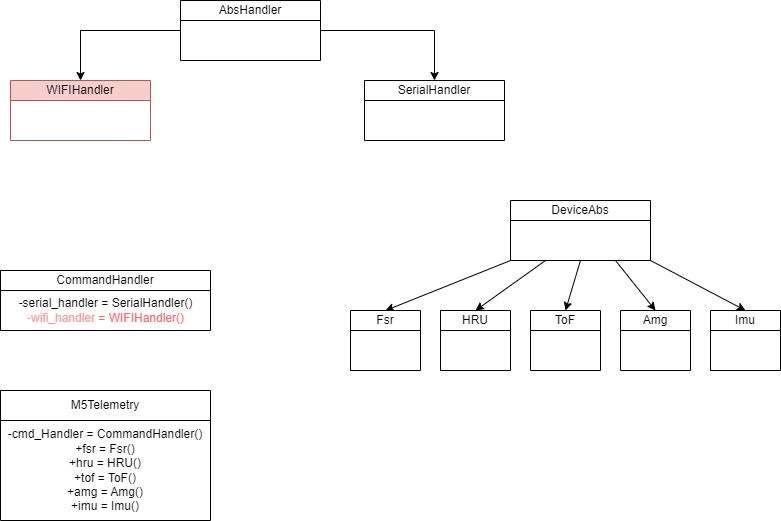
The draw.io diagram ProjectDocuments/PythonFlowChart.drawio.png in YonatanAmir1996/M5StackTelemetry, before a commit. Source tidied: cells renumbered, new cells last; positions are measured from the earlier drawing's top-left corner, leaving out a move shared by most shapes. Source of this version:
```xml
<mxGraphModel>
  <root>
    <mxCell id="0" />
    <mxCell id="1" parent="0" />
    <mxCell id="2" style="edgeStyle=orthogonalEdgeStyle;rounded=0;jettySize=auto;html=1;entryX=0.5;entryY=0;entryDx=0;entryDy=0;" parent="1" edge="1" source="4" target="5">
      <mxGeometry relative="1" as="geometry" />
    </mxCell>
    <mxCell id="3" style="edgeStyle=orthogonalEdgeStyle;rounded=0;jettySize=auto;html=1;" parent="1" edge="1" source="4" target="6">
      <mxGeometry relative="1" as="geometry" />
    </mxCell>
    <mxCell id="4" value="AbsHandler" style="swimlane;fontStyle=0;horizontal=1;startSize=20;whiteSpace=wrap;html=1;" parent="1" vertex="1">
      <mxGeometry x="180" width="140" height="60" as="geometry" />
    </mxCell>
    <mxCell id="5" value="WIFIHandler" style="swimlane;fontStyle=0;horizontal=1;startSize=20;whiteSpace=wrap;html=1;fillColor=#f8cecc;strokeColor=#b85450;" parent="1" vertex="1">
      <mxGeometry x="10" y="80" width="140" height="60" as="geometry" />
    </mxCell>
    <mxCell id="6" value="SerialHandler" style="swimlane;fontStyle=0;horizontal=1;startSize=20;whiteSpace=wrap;html=1;" parent="1" vertex="1">
      <mxGeometry x="364" y="80" width="140" height="60" as="geometry" />
    </mxCell>
    <mxCell id="7" value="CommandHandler" style="swimlane;fontStyle=0;horizontal=1;startSize=20;whiteSpace=wrap;html=1;" parent="1" vertex="1">
      <mxGeometry y="270" width="210" height="60" as="geometry" />
    </mxCell>
    <mxCell id="8" value="-serial_handler = SerialHandler()&lt;br&gt;&lt;font color=&quot;#ff9999&quot;&gt;-wifi_handler&lt;/font&gt;&lt;font color=&quot;#ff6666&quot;&gt; = WIFIHandler()&lt;/font&gt;" style="text;html=1;align=center;verticalAlign=middle;strokeColor=none;fillColor=none;" parent="7" vertex="1">
      <mxGeometry y="20" width="210" height="40" as="geometry" />
    </mxCell>
    <mxCell id="9" value="M5Telemetry" style="swimlane;fontStyle=0;horizontal=1;startSize=30;whiteSpace=wrap;html=1;" parent="1" vertex="1">
      <mxGeometry y="390" width="210" height="130" as="geometry" />
    </mxCell>
    <mxCell id="10" value="-cmd_Handler = CommandHandler()&lt;br&gt;+fsr = Fsr()&lt;br&gt;+hru = HRU()&lt;br&gt;+tof = ToF()&lt;br&gt;+amg = Amg()&lt;br&gt;+imu = Imu()" style="text;html=1;strokeColor=none;fillColor=none;align=center;verticalAlign=middle;whiteSpace=wrap;rounded=0;" parent="9" vertex="1">
      <mxGeometry y="30" width="210" height="100" as="geometry" />
    </mxCell>
    <mxCell id="11" style="edgeStyle=none;rounded=0;jettySize=auto;html=1;exitX=0;exitY=1;exitDx=0;exitDy=0;entryX=0.5;entryY=0;entryDx=0;entryDy=0;" parent="1" edge="1" source="16" target="17">
      <mxGeometry relative="1" as="geometry" />
    </mxCell>
    <mxCell id="12" style="edgeStyle=none;rounded=0;jettySize=auto;html=1;exitX=0.25;exitY=1;exitDx=0;exitDy=0;entryX=0.5;entryY=0;entryDx=0;entryDy=0;" parent="1" edge="1" source="16" target="18">
      <mxGeometry relative="1" as="geometry" />
    </mxCell>
    <mxCell id="13" style="edgeStyle=none;rounded=0;jettySize=auto;html=1;exitX=0.5;exitY=1;exitDx=0;exitDy=0;entryX=0.5;entryY=0;entryDx=0;entryDy=0;" parent="1" edge="1" source="16" target="19">
      <mxGeometry relative="1" as="geometry" />
    </mxCell>
    <mxCell id="14" style="edgeStyle=none;rounded=0;jettySize=auto;html=1;exitX=0.75;exitY=1;exitDx=0;exitDy=0;entryX=0.5;entryY=0;entryDx=0;entryDy=0;" parent="1" edge="1" source="16" target="20">
      <mxGeometry relative="1" as="geometry" />
    </mxCell>
    <mxCell id="15" style="edgeStyle=none;rounded=0;jettySize=auto;html=1;exitX=1;exitY=1;exitDx=0;exitDy=0;entryX=0.5;entryY=0;entryDx=0;entryDy=0;" parent="1" edge="1" source="16" target="21">
      <mxGeometry relative="1" as="geometry" />
    </mxCell>
    <mxCell id="16" value="DeviceAbs" style="swimlane;fontStyle=0;horizontal=1;startSize=20;whiteSpace=wrap;html=1;" parent="1" vertex="1">
      <mxGeometry x="510" y="200" width="140" height="60" as="geometry" />
    </mxCell>
    <mxCell id="17" value="Fsr" style="swimlane;fontStyle=0;horizontal=1;startSize=20;whiteSpace=wrap;html=1;" parent="1" vertex="1">
      <mxGeometry x="350" y="310" width="70" height="60" as="geometry" />
    </mxCell>
    <mxCell id="18" value="HRU" style="swimlane;fontStyle=0;horizontal=1;startSize=20;whiteSpace=wrap;html=1;" parent="1" vertex="1">
      <mxGeometry x="440" y="310" width="70" height="60" as="geometry" />
    </mxCell>
    <mxCell id="19" value="ToF" style="swimlane;fontStyle=0;horizontal=1;startSize=20;whiteSpace=wrap;html=1;" parent="1" vertex="1">
      <mxGeometry x="530" y="310" width="70" height="60" as="geometry" />
    </mxCell>
    <mxCell id="20" value="Amg" style="swimlane;fontStyle=0;horizontal=1;startSize=20;whiteSpace=wrap;html=1;" parent="1" vertex="1">
      <mxGeometry x="620" y="310" width="70" height="60" as="geometry" />
    </mxCell>
    <mxCell id="21" value="Imu" style="swimlane;fontStyle=0;horizontal=1;startSize=20;whiteSpace=wrap;html=1;" parent="1" vertex="1">
      <mxGeometry x="710" y="310" width="70" height="60" as="geometry" />
    </mxCell>
  </root>
</mxGraphModel>
```
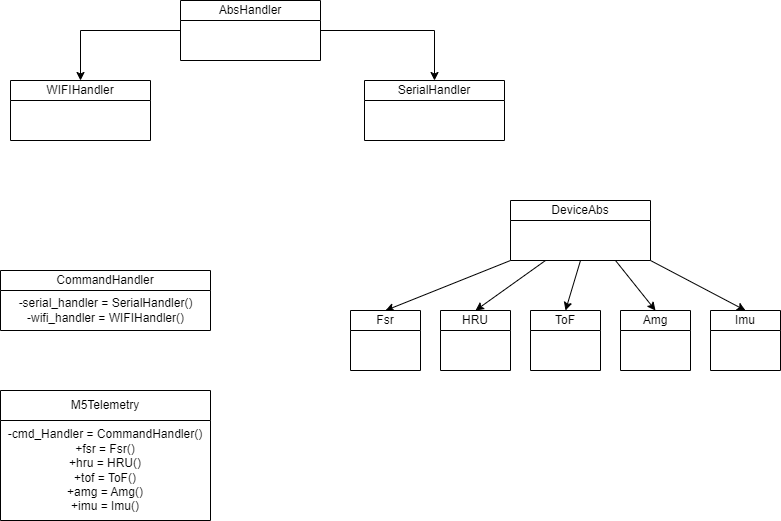
The same diagram one commit later.

Diff of the diagram source:
```diff
@@ -11,7 +11,7 @@
     <mxCell id="4" value="AbsHandler" style="swimlane;fontStyle=0;horizontal=1;startSize=20;whiteSpace=wrap;html=1;" parent="1" vertex="1">
       <mxGeometry x="180" width="140" height="60" as="geometry" />
     </mxCell>
-    <mxCell id="5" value="WIFIHandler" style="swimlane;fontStyle=0;horizontal=1;startSize=20;whiteSpace=wrap;html=1;fillColor=#f8cecc;strokeColor=#b85450;" parent="1" vertex="1">
+    <mxCell id="5" value="WIFIHandler" style="swimlane;fontStyle=0;horizontal=1;startSize=20;whiteSpace=wrap;html=1;" parent="1" vertex="1">
       <mxGeometry x="10" y="80" width="140" height="60" as="geometry" />
     </mxCell>
     <mxCell id="6" value="SerialHandler" style="swimlane;fontStyle=0;horizontal=1;startSize=20;whiteSpace=wrap;html=1;" parent="1" vertex="1">
@@ -20,7 +20,7 @@
     <mxCell id="7" value="CommandHandler" style="swimlane;fontStyle=0;horizontal=1;startSize=20;whiteSpace=wrap;html=1;" parent="1" vertex="1">
       <mxGeometry y="270" width="210" height="60" as="geometry" />
     </mxCell>
-    <mxCell id="8" value="-serial_handler = SerialHandler()&lt;br&gt;&lt;font color=&quot;#ff9999&quot;&gt;-wifi_handler&lt;/font&gt;&lt;font color=&quot;#ff6666&quot;&gt; = WIFIHandler()&lt;/font&gt;" style="text;html=1;align=center;verticalAlign=middle;strokeColor=none;fillColor=none;" parent="7" vertex="1">
+    <mxCell id="8" value="-serial_handler = SerialHandler()&lt;br&gt;-wifi_handler = WIFIHandler()" style="text;html=1;align=center;verticalAlign=middle;strokeColor=none;fillColor=none;" parent="7" vertex="1">
       <mxGeometry y="20" width="210" height="40" as="geometry" />
     </mxCell>
     <mxCell id="9" value="M5Telemetry" style="swimlane;fontStyle=0;horizontal=1;startSize=30;whiteSpace=wrap;html=1;" parent="1" vertex="1">
```
